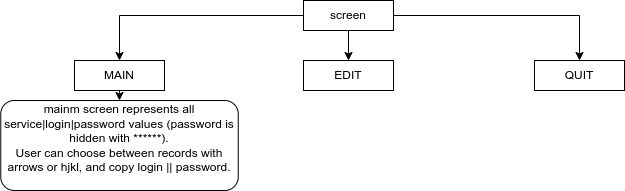
Before: architecture.drawio.png, a diagram exported from draw.io (zedddie16/tRust). Source tidied: cells renumbered, new cells last; positions are measured from the earlier drawing's top-left corner, leaving out a move shared by most shapes.
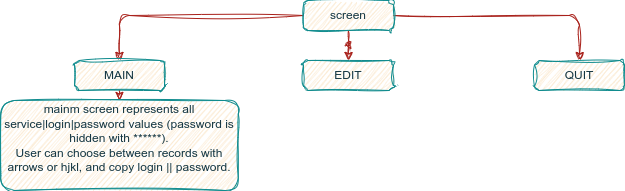
After the change.

Change to the diagram source:
```diff
@@ -2,31 +2,31 @@
   <root>
     <mxCell id="0" />
     <mxCell id="1" parent="0" />
-    <mxCell id="2" style="edgeStyle=orthogonalEdgeStyle;rounded=0;jettySize=auto;html=1;" parent="1" edge="1" source="5" target="7">
+    <mxCell id="2" style="edgeStyle=orthogonalEdgeStyle;rounded=1;jettySize=auto;html=1;sketch=1;curveFitting=1;jiggle=2;labelBackgroundColor=none;strokeColor=#A8201A;fontColor=default;" parent="1" edge="1" source="5" target="7">
       <mxGeometry relative="1" as="geometry" />
     </mxCell>
-    <mxCell id="3" style="edgeStyle=orthogonalEdgeStyle;rounded=0;jettySize=auto;html=1;" parent="1" edge="1" source="5" target="8">
+    <mxCell id="3" style="edgeStyle=orthogonalEdgeStyle;rounded=1;jettySize=auto;html=1;sketch=1;curveFitting=1;jiggle=2;labelBackgroundColor=none;strokeColor=#A8201A;fontColor=default;" parent="1" edge="1" source="5" target="8">
       <mxGeometry relative="1" as="geometry" />
     </mxCell>
-    <mxCell id="4" style="edgeStyle=orthogonalEdgeStyle;rounded=0;jettySize=auto;html=1;" parent="1" edge="1" source="5" target="9">
+    <mxCell id="4" style="edgeStyle=orthogonalEdgeStyle;rounded=1;jettySize=auto;html=1;sketch=1;curveFitting=1;jiggle=2;labelBackgroundColor=none;strokeColor=#A8201A;fontColor=default;" parent="1" edge="1" source="5" target="9">
       <mxGeometry relative="1" as="geometry" />
     </mxCell>
-    <mxCell id="5" value="screen" style="rounded=0;whiteSpace=wrap;html=1;" parent="1" vertex="1">
+    <mxCell id="5" value="screen" style="rounded=1;whiteSpace=wrap;html=1;sketch=1;curveFitting=1;jiggle=2;labelBackgroundColor=none;fillColor=#FAE5C7;strokeColor=#0F8B8D;fontColor=#143642;" parent="1" vertex="1">
       <mxGeometry x="303" width="90" height="30" as="geometry" />
     </mxCell>
-    <mxCell id="6" style="edgeStyle=orthogonalEdgeStyle;rounded=0;jettySize=auto;html=1;exitX=0.5;exitY=1;exitDx=0;exitDy=0;entryX=0.5;entryY=0;entryDx=0;entryDy=0;" parent="1" edge="1" source="7" target="10">
+    <mxCell id="6" style="edgeStyle=orthogonalEdgeStyle;rounded=1;jettySize=auto;html=1;exitX=0.5;exitY=1;exitDx=0;exitDy=0;entryX=0.5;entryY=0;entryDx=0;entryDy=0;sketch=1;curveFitting=1;jiggle=2;labelBackgroundColor=none;strokeColor=#A8201A;fontColor=default;" parent="1" edge="1" source="7" target="10">
       <mxGeometry relative="1" as="geometry" />
     </mxCell>
-    <mxCell id="7" value="MAIN" style="rounded=0;whiteSpace=wrap;html=1;" parent="1" vertex="1">
+    <mxCell id="7" value="MAIN" style="rounded=1;whiteSpace=wrap;html=1;sketch=1;curveFitting=1;jiggle=2;labelBackgroundColor=none;fillColor=#FAE5C7;strokeColor=#0F8B8D;fontColor=#143642;" parent="1" vertex="1">
       <mxGeometry x="74" y="60" width="90" height="30" as="geometry" />
     </mxCell>
-    <mxCell id="8" value="EDIT" style="rounded=0;whiteSpace=wrap;html=1;" parent="1" vertex="1">
+    <mxCell id="8" value="EDIT" style="rounded=1;whiteSpace=wrap;html=1;sketch=1;curveFitting=1;jiggle=2;labelBackgroundColor=none;fillColor=#FAE5C7;strokeColor=#0F8B8D;fontColor=#143642;" parent="1" vertex="1">
       <mxGeometry x="303" y="60" width="90" height="30" as="geometry" />
     </mxCell>
-    <mxCell id="9" value="QUIT" style="rounded=0;whiteSpace=wrap;html=1;" parent="1" vertex="1">
+    <mxCell id="9" value="QUIT" style="rounded=1;whiteSpace=wrap;html=1;sketch=1;curveFitting=1;jiggle=2;labelBackgroundColor=none;fillColor=#FAE5C7;strokeColor=#0F8B8D;fontColor=#143642;" parent="1" vertex="1">
       <mxGeometry x="534" y="60" width="90" height="30" as="geometry" />
     </mxCell>
-    <mxCell id="10" value="mainm screen represents all service|login|password values (password is hidden with ******).&lt;div&gt;User can choose between records with arrows or hjkl, and copy login || password.&lt;/div&gt;&lt;div&gt;&lt;br&gt;&lt;/div&gt;" style="rounded=1;whiteSpace=wrap;html=1;" parent="1" vertex="1">
+    <mxCell id="10" value="mainm screen represents all service|login|password values (password is hidden with ******).&lt;div&gt;User can choose between records with arrows or hjkl, and copy login || password.&lt;/div&gt;&lt;div&gt;&lt;br&gt;&lt;/div&gt;" style="rounded=1;whiteSpace=wrap;html=1;sketch=1;curveFitting=1;jiggle=2;labelBackgroundColor=none;fillColor=#FAE5C7;strokeColor=#0F8B8D;fontColor=#143642;" parent="1" vertex="1">
       <mxGeometry x="0.2" y="100" width="237.5" height="90" as="geometry" />
     </mxCell>
   </root>
```
